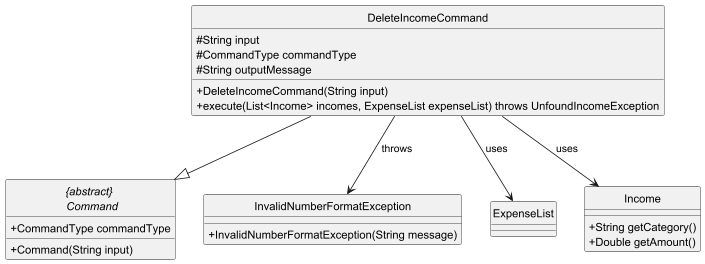
Before: docs/diagrams/DeleteIncomeCommandClass.png, a diagram exported from PlantUML (thienkimtranhoang/tp).
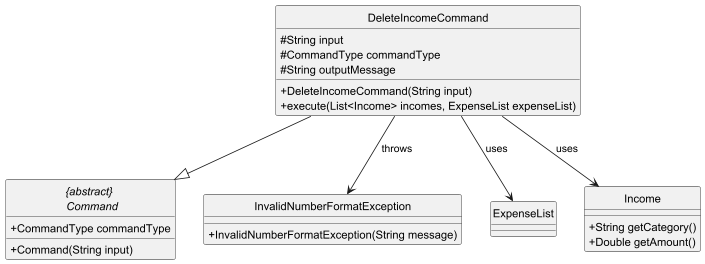
Above is the later version.

Commit message:
update plantUML to include less details on exceptions in class diagrams

What changed in the source:
```diff
@@ -10,7 +10,7 @@
         # CommandType commandType
         # String outputMessage
         + DeleteIncomeCommand(String input)
-        + execute(List<Income> incomes, ExpenseList expenseList) throws UnfoundIncomeException
+        + execute(List<Income> incomes, ExpenseList expenseList)
     }
     abstract class "{abstract} \n Command" {
         + Command(String input)
```
